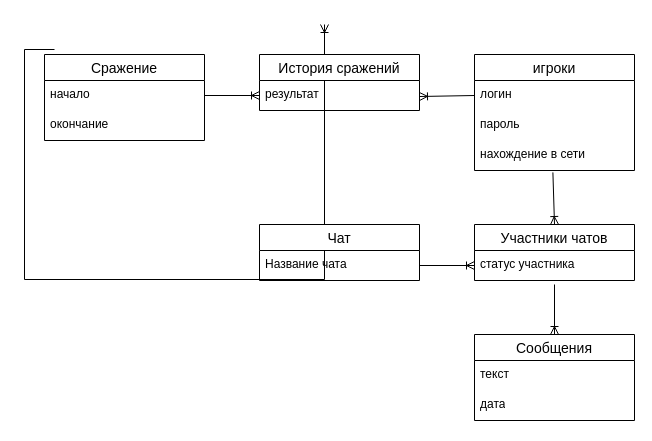
Earlier version of the draw.io diagram Диаграмма без названия.drawio (BMSTU2024/-). Source tidied: cells renumbered, new cells numbered last; positions are measured from the earlier drawing's top-left corner, leaving out a move shared by most shapes. Both pictures are drawn from the tidied source at 100%, with x=0, y=0 at pixel (24, 24).
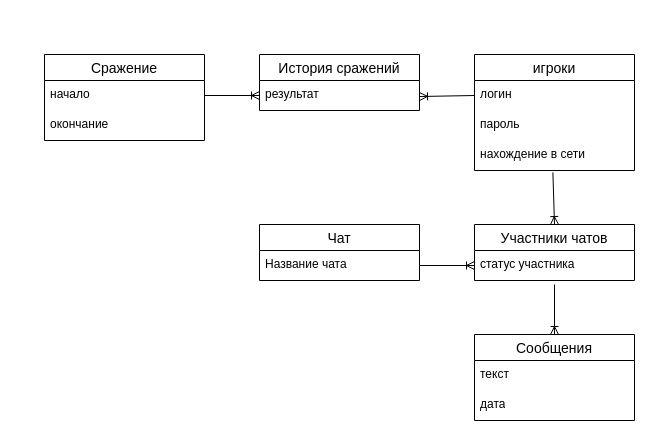
The same page after the edit.

Change to the diagram source:
```diff
@@
-    <mxCell id="2" style="fontSize=12;html=1;endArrow=ERoneToMany;rounded=0;exitX=0;exitY=0.5;exitDx=0;exitDy=0;entryX=0;entryY=0.5;entryDx=0;entryDy=0;edgeStyle=orthogonalEdgeStyle;" parent="1" edge="1">
-      <mxGeometry relative="1" as="geometry">
-        <mxPoint x="30" y="25" as="sourcePoint" />
-        <mxPoint x="300" as="targetPoint" />
-        <Array as="points">
-          <mxPoint y="25" />
-          <mxPoint y="255" />
-        </Array>
-      </mxGeometry>
-    </mxCell>
```
